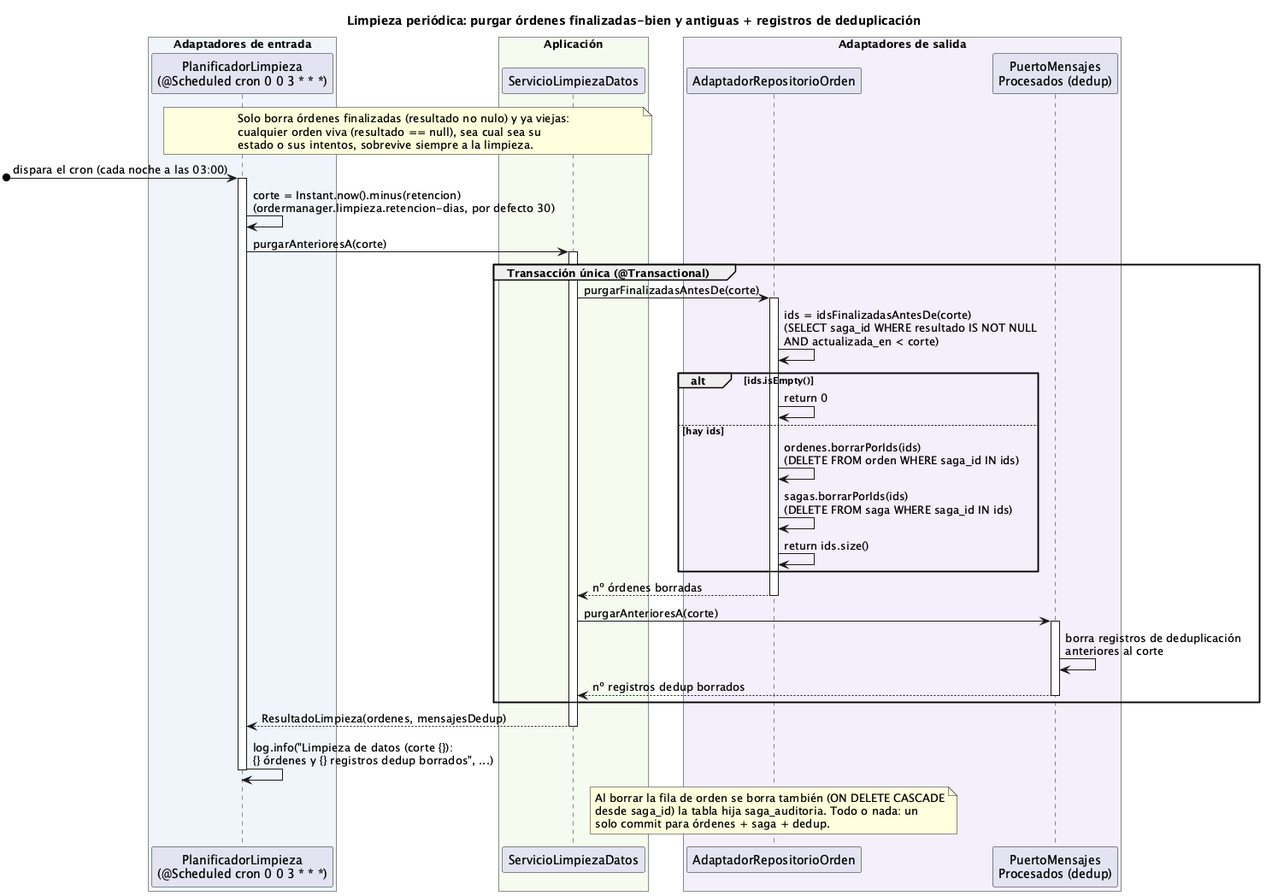
Earlier version of the PlantUML export order-manager/docs/09-limpieza-datos.png (ralcazar/patrones).
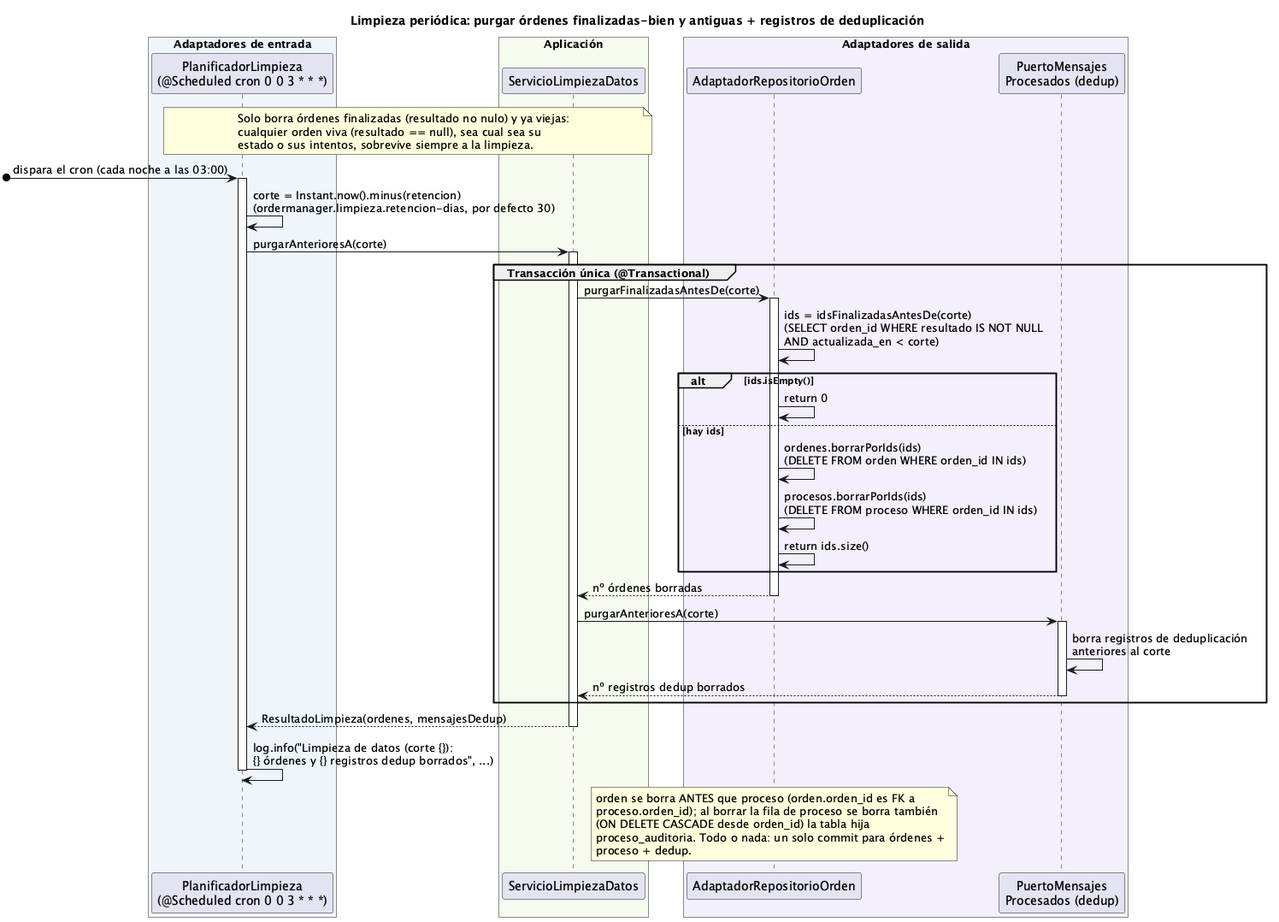
Above is the later version.

Change to the diagram source:
```diff
@@ -1,5 +1,4 @@
 @startuml 09-limpieza-datos
-!pragma layout smetana
 title Limpieza periódica: purgar órdenes finalizadas-bien y antiguas + registros de deduplicación
 
 box "Adaptadores de entrada" #EFF5FB
@@ -26,12 +25,12 @@
 
 group Transacción única (@Transactional)
   LIMP -> REPO ++ : purgarFinalizadasAntesDe(corte)
-  REPO -> REPO : ids = idsFinalizadasAntesDe(corte)\n(SELECT saga_id WHERE resultado IS NOT NULL\nAND actualizada_en < corte)
+  REPO -> REPO : ids = idsFinalizadasAntesDe(corte)\n(SELECT orden_id WHERE resultado IS NOT NULL\nAND actualizada_en < corte)
   alt ids.isEmpty()
     REPO -> REPO : return 0
   else hay ids
-    REPO -> REPO : ordenes.borrarPorIds(ids)\n(DELETE FROM orden WHERE saga_id IN ids)
-    REPO -> REPO : sagas.borrarPorIds(ids)\n(DELETE FROM saga WHERE saga_id IN ids)
+    REPO -> REPO : ordenes.borrarPorIds(ids)\n(DELETE FROM orden WHERE orden_id IN ids)
+    REPO -> REPO : procesos.borrarPorIds(ids)\n(DELETE FROM proceso WHERE orden_id IN ids)
     REPO -> REPO : return ids.size()
   end
   return nº órdenes borradas
@@ -44,8 +43,10 @@
 deactivate PLAN
 
 note over REPO
-  Al borrar la fila de orden se borra también (ON DELETE CASCADE
-  desde saga_id) la tabla hija saga_auditoria. Todo o nada: un
-  solo commit para órdenes + saga + dedup.
+  orden se borra ANTES que proceso (orden.orden_id es FK a
+  proceso.orden_id); al borrar la fila de proceso se borra también
+  (ON DELETE CASCADE desde orden_id) la tabla hija
+  proceso_auditoria. Todo o nada: un solo commit para órdenes +
+  proceso + dedup.
 end note
 @enduml
```
